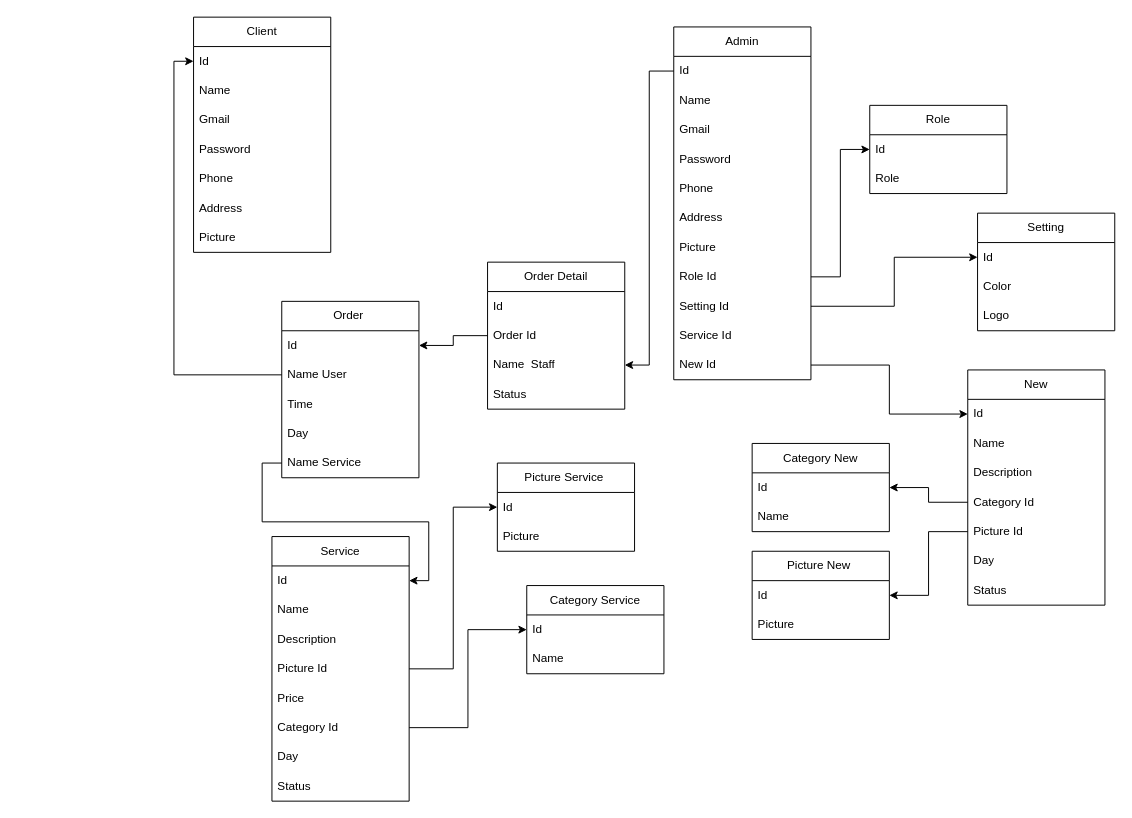
Before: Biểu đồ không có tiêu đề.drawio in hai061898/diagrams, a draw.io diagram. Source tidied: cells renumbered, new cells numbered last; positions are measured from the earlier drawing's top-left corner, leaving out a move shared by most shapes. Both pictures are drawn from the tidied source at 98%, with x=0, y=0 at pixel (193, 17).
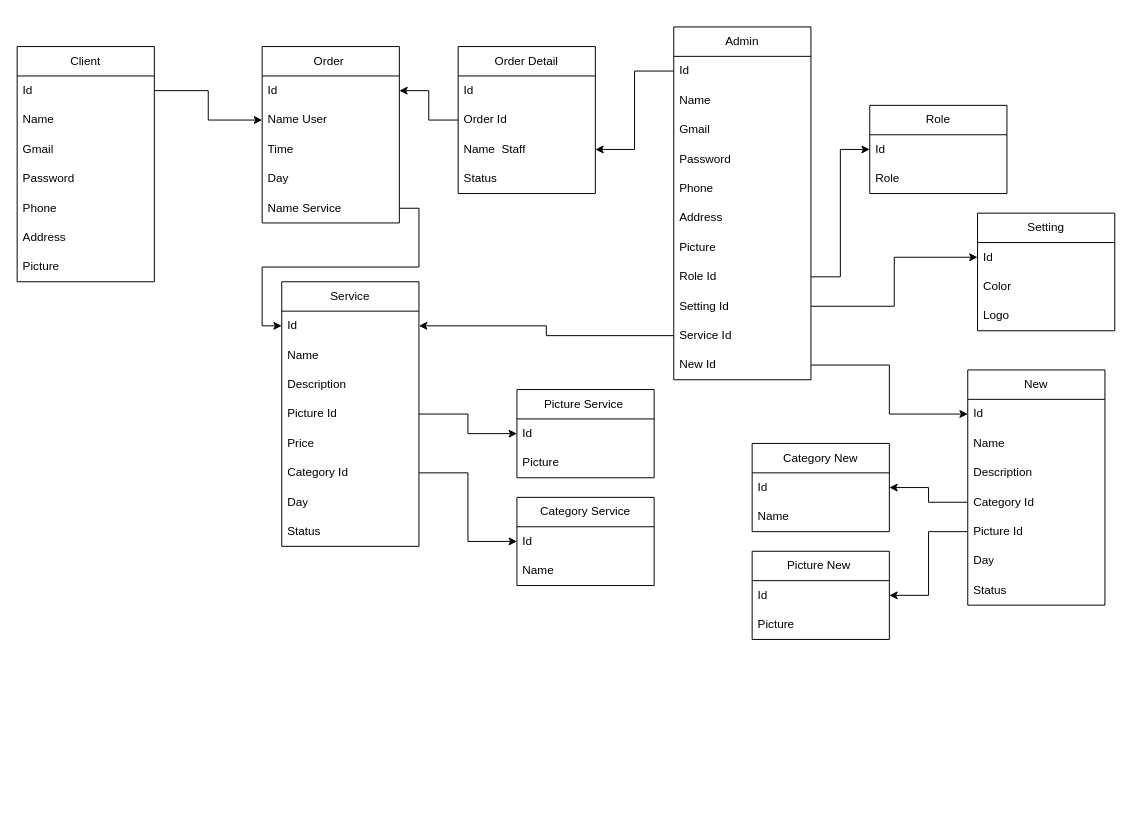
The same diagram, later.

Unchanged cells that the change refers to:
```xml
<mxCell id="3" value="Id" style="text;strokeColor=none;fillColor=none;align=left;verticalAlign=middle;spacingLeft=4;spacingRight=4;overflow=hidden;points=[[0,0.5],[1,0.5]];portConstraint=eastwest;whiteSpace=wrap;html=1;" parent="2" vertex="1">
  <mxGeometry y="30" width="140" height="30" as="geometry" />
</mxCell>
<mxCell id="17" value="Id" style="text;strokeColor=none;fillColor=none;align=left;verticalAlign=middle;spacingLeft=4;spacingRight=4;overflow=hidden;points=[[0,0.5],[1,0.5]];portConstraint=eastwest;whiteSpace=wrap;html=1;" parent="16" vertex="1">
  <mxGeometry y="30" width="140" height="30" as="geometry" />
</mxCell>
<mxCell id="38" value="Service Id" style="text;strokeColor=none;fillColor=none;align=left;verticalAlign=middle;spacingLeft=4;spacingRight=4;overflow=hidden;points=[[0,0.5],[1,0.5]];portConstraint=eastwest;whiteSpace=wrap;html=1;" parent="28" vertex="1">
  <mxGeometry y="300" width="140" height="30" as="geometry" />
</mxCell>
<mxCell id="60" value="Name User&amp;nbsp;" style="text;strokeColor=none;fillColor=none;align=left;verticalAlign=middle;spacingLeft=4;spacingRight=4;overflow=hidden;points=[[0,0.5],[1,0.5]];portConstraint=eastwest;whiteSpace=wrap;html=1;" parent="58" vertex="1">
  <mxGeometry y="60" width="140" height="30" as="geometry" />
</mxCell>
```

The edit, as a diff of the source:
```diff
@@
     <mxCell id="2" value="Client" style="swimlane;fontStyle=0;horizontal=1;startSize=30;whiteSpace=wrap;html=1;" parent="1" vertex="1">
-      <mxGeometry width="140" height="240" as="geometry" />
+      <mxGeometry x="-180" y="30" width="140" height="240" as="geometry" />
     </mxCell>
@@
     <mxCell id="10" value="Picture Service&amp;nbsp;" style="swimlane;fontStyle=0;horizontal=1;startSize=30;whiteSpace=wrap;html=1;" parent="1" vertex="1">
-      <mxGeometry x="310" y="455" width="140" height="90" as="geometry" />
+      <mxGeometry x="330" y="380" width="140" height="90" as="geometry" />
     </mxCell>
@@
     <mxCell id="13" value="Category Service" style="swimlane;fontStyle=0;horizontal=1;startSize=30;whiteSpace=wrap;html=1;" parent="1" vertex="1">
-      <mxGeometry x="340" y="580" width="140" height="90" as="geometry" />
+      <mxGeometry x="330" y="490" width="140" height="90" as="geometry" />
     </mxCell>
@@
     <mxCell id="16" value="Service" style="swimlane;fontStyle=0;horizontal=1;startSize=30;whiteSpace=wrap;html=1;" parent="1" vertex="1">
-      <mxGeometry x="80" y="530" width="140" height="270" as="geometry" />
+      <mxGeometry x="90" y="270" width="140" height="270" as="geometry" />
     </mxCell>
@@
     <mxCell id="58" value="Order&amp;nbsp;" style="swimlane;fontStyle=0;horizontal=1;startSize=30;whiteSpace=wrap;html=1;" parent="1" vertex="1">
-      <mxGeometry x="90" y="290" width="140" height="180" as="geometry" />
+      <mxGeometry x="70" y="30" width="140" height="180" as="geometry" />
     </mxCell>
@@
     <mxCell id="64" value="Order Detail" style="swimlane;fontStyle=0;horizontal=1;startSize=30;whiteSpace=wrap;html=1;" parent="1" vertex="1">
-      <mxGeometry x="300" y="250" width="140" height="150" as="geometry" />
+      <mxGeometry x="270" y="30" width="140" height="150" as="geometry" />
     </mxCell>
@@
-    <mxCell id="71" style="edgeStyle=orthogonalEdgeStyle;rounded=0;jettySize=auto;html=1;entryX=0;entryY=0.5;entryDx=0;entryDy=0;" parent="1" edge="1" source="60" target="3">
-      <mxGeometry relative="1" as="geometry" />
-    </mxCell>
@@
+    <mxCell id="80" style="edgeStyle=orthogonalEdgeStyle;rounded=0;jettySize=auto;html=1;" parent="1" edge="1" source="3" target="60">
+      <mxGeometry relative="1" as="geometry" />
+    </mxCell>
+    <mxCell id="81" style="edgeStyle=orthogonalEdgeStyle;rounded=0;jettySize=auto;html=1;entryX=1;entryY=0.5;entryDx=0;entryDy=0;" parent="1" edge="1" source="38" target="17">
+      <mxGeometry relative="1" as="geometry" />
+    </mxCell>
```
